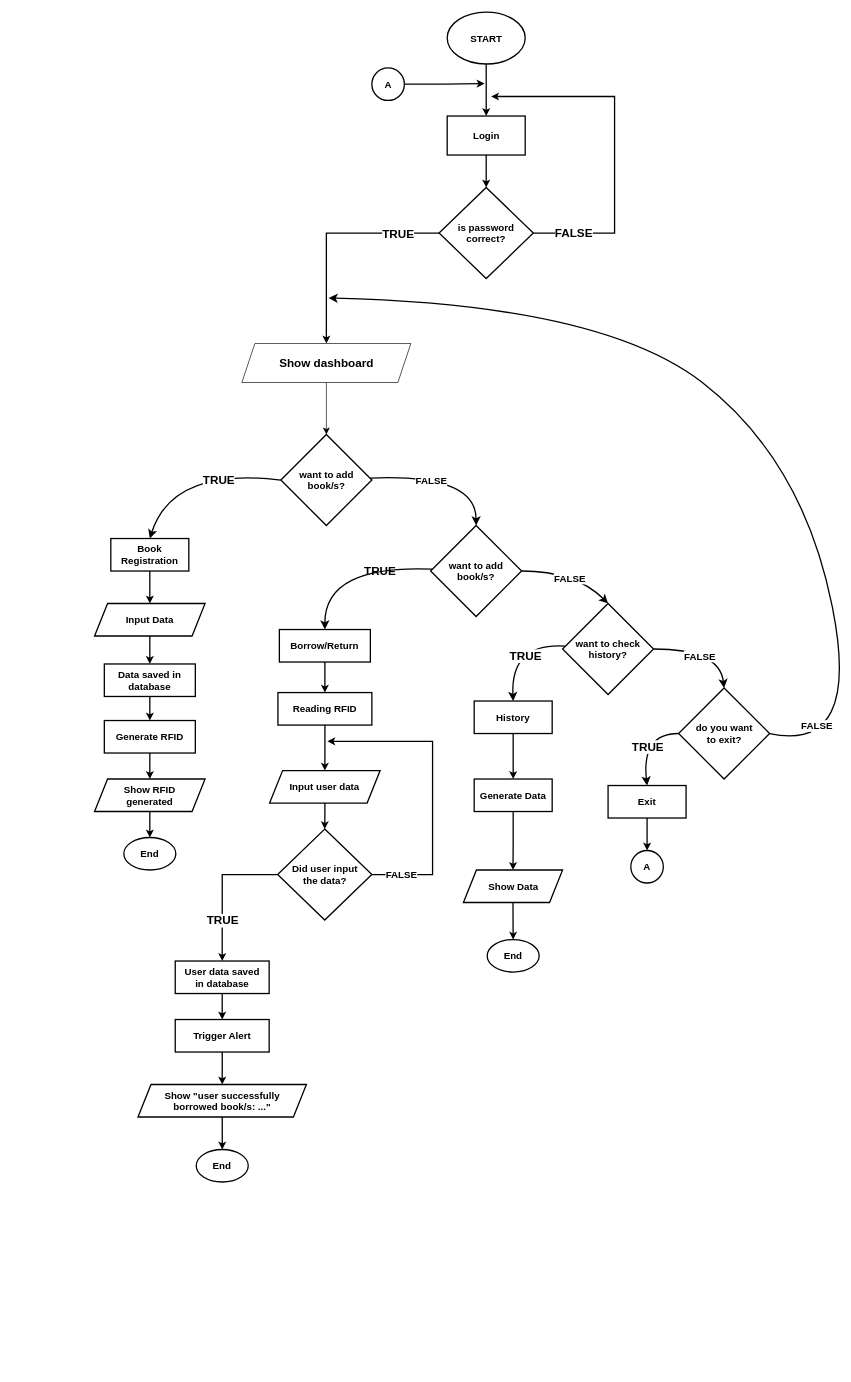
This is Flowchart.drawio from DownMan01/assignment, a draw.io file, before an edit. Source tidied: cells renumbered, new cells numbered last; positions are measured from the earlier drawing's top-left corner, leaving out a move shared by most shapes. Both pictures are drawn from the tidied source at 65%, with x=0, y=0 at pixel (94, 12).
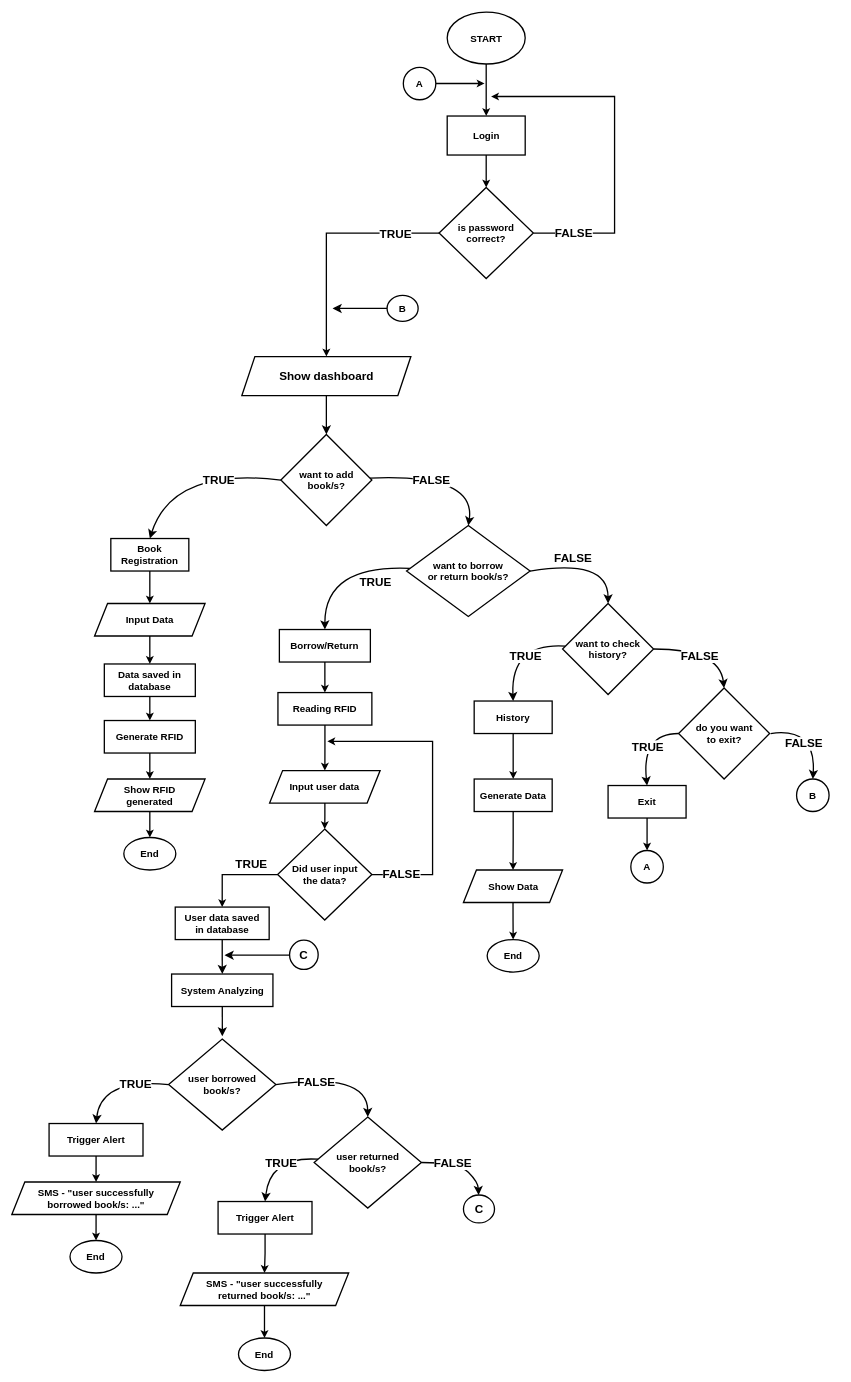
The same diagram, later.

Unchanged cells that the change refers to:
```xml
<mxCell id="42" style="edgeStyle=orthogonalEdgeStyle;rounded=0;jettySize=auto;html=1;entryX=0.5;entryY=0;entryDx=0;entryDy=0;strokeWidth=2;exitX=0;exitY=0.5;exitDx=0;exitDy=0;" parent="1" edge="1" source="46" target="41">
  <mxGeometry relative="1" as="geometry" />
</mxCell>
<mxCell id="44" style="edgeStyle=orthogonalEdgeStyle;rounded=0;jettySize=auto;html=1;exitX=1;exitY=0.5;exitDx=0;exitDy=0;strokeWidth=2;" parent="1" edge="1" source="46">
  <mxGeometry relative="1" as="geometry">
    <mxPoint x="358.1" y="1122" as="targetPoint" />
    <Array as="points">
      <mxPoint x="520" y="1327" />
      <mxPoint x="520" y="1122" />
    </Array>
  </mxGeometry>
</mxCell>
<mxCell id="54" value="want to add&lt;div style=&quot;font-size: 15px;&quot;&gt;book/s?&lt;/div&gt;" style="rhombus;whiteSpace=wrap;html=1;strokeWidth=2;fontSize=15;fontStyle=1;" parent="1" vertex="1">
  <mxGeometry x="286.6" y="650" width="140" height="140" as="geometry" />
</mxCell>
<mxCell id="62" value="want to check&lt;div style=&quot;font-size: 15px;&quot;&gt;history?&lt;/div&gt;" style="rhombus;whiteSpace=wrap;html=1;strokeWidth=2;fontSize=15;fontStyle=1;" parent="1" vertex="1">
  <mxGeometry x="720" y="910" width="140" height="140" as="geometry" />
</mxCell>
<mxCell id="65" value="do you want&lt;div style=&quot;font-size: 15px;&quot;&gt;to exit?&lt;/div&gt;" style="rhombus;whiteSpace=wrap;html=1;strokeWidth=2;fontSize=15;fontStyle=1;" parent="1" vertex="1">
  <mxGeometry x="898.5" y="1040" width="140" height="140" as="geometry" />
</mxCell>
```

Change to the diagram source:
```diff
@@
     <mxCell id="23" value="&lt;font style=&quot;font-size: 15px;&quot;&gt;A&lt;/font&gt;" style="ellipse;whiteSpace=wrap;html=1;fontSize=15;fontStyle=1;strokeWidth=2;" parent="1" vertex="1">
-      <mxGeometry x="426.6" y="86" width="50" height="50" as="geometry" />
+      <mxGeometry x="475" y="85" width="50" height="50" as="geometry" />
     </mxCell>
@@
-    <mxCell id="40" style="edgeStyle=orthogonalEdgeStyle;rounded=0;jettySize=auto;html=1;strokeWidth=2;" parent="1" edge="1" source="41" target="48">
-      <mxGeometry relative="1" as="geometry" />
-    </mxCell>
+    <mxCell id="74" style="edgeStyle=none;curved=1;rounded=0;jettySize=auto;html=1;entryX=0.5;entryY=0;entryDx=0;entryDy=0;fontSize=12;startSize=8;endSize=8;strokeWidth=2;" parent="1" edge="1" source="41" target="87">
+      <mxGeometry relative="1" as="geometry" />
+    </mxCell>
     <mxCell id="41" value="User data saved&lt;div&gt;in database&lt;/div&gt;" style="rounded=0;whiteSpace=wrap;html=1;strokeWidth=2;fontSize=15;fontStyle=1;" parent="1" vertex="1">
-      <mxGeometry x="124.1" y="1460" width="144.5" height="50" as="geometry" />
+      <mxGeometry x="124.1" y="1377" width="144.5" height="50" as="geometry" />
     </mxCell>
@@
-    <mxCell id="43" value="&lt;span style=&quot;font-size: 18px;&quot;&gt;&lt;b&gt;TRUE&lt;/b&gt;&lt;/span&gt;" style="edgeLabel;html=1;align=center;verticalAlign=middle;" parent="42" vertex="1">
+    <mxCell id="43" value="&lt;span style=&quot;font-size: 18px;&quot;&gt;&lt;span&gt;TRUE&lt;/span&gt;&lt;/span&gt;" style="edgeLabel;html=1;align=center;verticalAlign=middle;rotation=0;fontStyle=1;" parent="42" vertex="1">
       <mxGeometry x="-0.42" y="1" relative="1" as="geometry">
-        <mxPoint x="220" y="-468" as="offset" />
+        <mxPoint x="189" y="-451" as="offset" />
       </mxGeometry>
     </mxCell>
@@
-    <mxCell id="45" value="&lt;font style=&quot;font-size: 15px;&quot;&gt;FALSE&lt;/font&gt;" style="edgeLabel;html=1;align=center;verticalAlign=middle;fontStyle=1;" parent="44" vertex="1">
+    <mxCell id="45" value="&lt;font style=&quot;font-size: 18px;&quot;&gt;FALSE&lt;/font&gt;" style="edgeLabel;html=1;align=center;verticalAlign=middle;fontStyle=1;" parent="44" vertex="1">
       <mxGeometry x="-0.83" y="1" relative="1" as="geometry">
         <mxPoint x="6" y="-1" as="offset" />
       </mxGeometry>
     </mxCell>
@@
     <mxCell id="48" value="Trigger Alert" style="rounded=0;whiteSpace=wrap;html=1;strokeWidth=2;fontSize=15;fontStyle=1;" parent="1" vertex="1">
-      <mxGeometry x="124.1" y="1550" width="144.5" height="50" as="geometry" />
+      <mxGeometry x="190" y="1830" width="144.5" height="50" as="geometry" />
     </mxCell>
@@
-    <mxCell id="50" value="Show &quot;user&amp;nbsp;successfully&lt;div&gt;borrowed book/s: ...&quot;&lt;/div&gt;" style="shape=parallelogram;perimeter=parallelogramPerimeter;whiteSpace=wrap;html=1;fixedSize=1;strokeWidth=2;fontSize=15;fontStyle=1;" parent="1" vertex="1">
-      <mxGeometry x="66.8" y="1650" width="259.1" height="50" as="geometry" />
+    <mxCell id="50" value="SMS - &quot;user&amp;nbsp;successfully&lt;div&gt;returned book/s: ...&quot;&lt;/div&gt;" style="shape=parallelogram;perimeter=parallelogramPerimeter;whiteSpace=wrap;html=1;fixedSize=1;strokeWidth=2;fontSize=15;fontStyle=1;" parent="1" vertex="1">
+      <mxGeometry x="131.8" y="1940" width="259.1" height="50" as="geometry" />
     </mxCell>
     <mxCell id="51" value="&lt;span style=&quot;font-size: 15px;&quot;&gt;&lt;font style=&quot;font-size: 15px;&quot;&gt;End&lt;/font&gt;&lt;/span&gt;" style="ellipse;whiteSpace=wrap;html=1;strokeWidth=2;fontSize=15;fontStyle=1;" parent="1" vertex="1">
-      <mxGeometry x="156.4" y="1750" width="80" height="50" as="geometry" />
+      <mxGeometry x="221.4" y="2040" width="80" height="50" as="geometry" />
     </mxCell>
@@
-    <mxCell id="55" style="edgeStyle=none;curved=1;rounded=0;jettySize=auto;html=1;entryX=0.5;entryY=0;entryDx=0;entryDy=0;fontSize=12;startSize=8;endSize=8;" parent="1" edge="1" source="56" target="54">
+    <mxCell id="55" style="edgeStyle=none;curved=1;rounded=0;jettySize=auto;html=1;entryX=0.5;entryY=0;entryDx=0;entryDy=0;fontSize=12;startSize=8;endSize=8;strokeWidth=2;" parent="1" edge="1" source="56" target="54">
       <mxGeometry relative="1" as="geometry" />
     </mxCell>
-    <mxCell id="56" value="Show dashboard" style="shape=parallelogram;perimeter=parallelogramPerimeter;whiteSpace=wrap;html=1;fixedSize=1;fontSize=18;fontStyle=1;" parent="1" vertex="1">
-      <mxGeometry x="226.6" y="510" width="260" height="60" as="geometry" />
+    <mxCell id="56" value="Show dashboard" style="shape=parallelogram;perimeter=parallelogramPerimeter;whiteSpace=wrap;html=1;fixedSize=1;fontSize=18;fontStyle=1;strokeWidth=2;" parent="1" vertex="1">
+      <mxGeometry x="226.6" y="530" width="260" height="60" as="geometry" />
     </mxCell>
-    <mxCell id="57" style="edgeStyle=none;curved=1;rounded=0;jettySize=auto;html=1;entryX=0.5;entryY=0;entryDx=0;entryDy=0;fontSize=12;startSize=8;endSize=8;strokeWidth=2;" parent="1" edge="1" source="59" target="62">
+    <mxCell id="57" style="edgeStyle=none;curved=1;rounded=0;jettySize=auto;html=1;entryX=0.5;entryY=0;entryDx=0;entryDy=0;fontSize=12;startSize=8;endSize=8;strokeWidth=2;exitX=1;exitY=0.5;exitDx=0;exitDy=0;" parent="1" edge="1" source="59" target="62">
       <mxGeometry relative="1" as="geometry">
         <Array as="points">
-          <mxPoint x="740" y="860" />
+          <mxPoint x="790" y="840" />
         </Array>
       </mxGeometry>
     </mxCell>
@@
-    <mxCell id="59" value="want to add&lt;div style=&quot;font-size: 15px;&quot;&gt;book/s?&lt;/div&gt;" style="rhombus;whiteSpace=wrap;html=1;strokeWidth=2;fontSize=15;fontStyle=1;" parent="1" vertex="1">
-      <mxGeometry x="517" y="790" width="140" height="140" as="geometry" />
+    <mxCell id="59" value="want to borrow or&amp;nbsp;&lt;span style=&quot;background-color: initial;&quot;&gt;return&amp;nbsp;&lt;/span&gt;&lt;span style=&quot;background-color: initial;&quot;&gt;book/s?&lt;/span&gt;" style="rhombus;whiteSpace=wrap;html=1;strokeWidth=2;fontSize=15;fontStyle=1;" parent="1" vertex="1">
+      <mxGeometry x="480" y="790" width="190" height="140" as="geometry" />
     </mxCell>
@@
-    <mxCell id="64" style="edgeStyle=none;curved=1;rounded=0;jettySize=auto;html=1;fontSize=12;startSize=8;endSize=8;exitX=1;exitY=0.5;exitDx=0;exitDy=0;strokeWidth=2;" parent="1" edge="1" source="65">
-      <mxGeometry relative="1" as="geometry">
-        <mxPoint x="360" y="440" as="targetPoint" />
-        <Array as="points">
-          <mxPoint x="1180" y="1140" />
-          <mxPoint x="1090" y="690" />
-          <mxPoint x="780" y="450" />
-        </Array>
-      </mxGeometry>
-    </mxCell>
+    <mxCell id="75" style="edgeStyle=none;curved=1;rounded=0;jettySize=auto;html=1;entryX=0.5;entryY=0;entryDx=0;entryDy=0;fontSize=12;startSize=8;endSize=8;strokeWidth=2;" parent="1" edge="1" target="92">
+      <mxGeometry relative="1" as="geometry">
+        <mxPoint x="1040" y="1110" as="sourcePoint" />
+        <Array as="points">
+          <mxPoint x="1110" y="1100" />
+        </Array>
+      </mxGeometry>
+    </mxCell>
@@
-    <mxCell id="66" value="&lt;font style=&quot;font-size: 15px;&quot;&gt;FALSE&lt;/font&gt;" style="edgeLabel;html=1;align=center;verticalAlign=middle;fontStyle=1;" parent="1" vertex="1">
-      <mxGeometry x="730" y="870" as="geometry" />
+    <mxCell id="66" value="&lt;font style=&quot;font-size: 18px;&quot;&gt;FALSE&lt;/font&gt;" style="edgeLabel;html=1;align=center;verticalAlign=middle;fontStyle=1;" parent="1" vertex="1">
+      <mxGeometry x="735" y="840" as="geometry" />
     </mxCell>
-    <mxCell id="67" value="&lt;font style=&quot;font-size: 15px;&quot;&gt;FALSE&lt;/font&gt;" style="edgeLabel;html=1;align=center;verticalAlign=middle;fontStyle=1;" parent="1" vertex="1">
+    <mxCell id="67" value="&lt;font style=&quot;font-size: 18px;&quot;&gt;FALSE&lt;/font&gt;" style="edgeLabel;html=1;align=center;verticalAlign=middle;fontStyle=1;" parent="1" vertex="1">
       <mxGeometry x="930" y="990" as="geometry" />
     </mxCell>
-    <mxCell id="68" value="&lt;font style=&quot;font-size: 15px;&quot;&gt;FALSE&lt;/font&gt;" style="edgeLabel;html=1;align=center;verticalAlign=middle;fontStyle=1;" parent="1" vertex="1">
-      <mxGeometry x="1110" y="1097" as="geometry" />
+    <mxCell id="68" value="&lt;font style=&quot;font-size: 18px;&quot;&gt;FALSE&lt;/font&gt;" style="edgeLabel;html=1;align=center;verticalAlign=middle;fontStyle=1;" parent="1" vertex="1">
+      <mxGeometry x="1090" y="1125" as="geometry" />
     </mxCell>
-    <mxCell id="69" value="&lt;font style=&quot;font-size: 15px;&quot;&gt;FALSE&lt;/font&gt;" style="edgeLabel;html=1;align=center;verticalAlign=middle;fontStyle=1;" parent="1" vertex="1">
+    <mxCell id="69" value="&lt;font style=&quot;font-size: 18px;&quot;&gt;FALSE&lt;/font&gt;" style="edgeLabel;html=1;align=center;verticalAlign=middle;fontStyle=1;" parent="1" vertex="1">
       <mxGeometry x="517" y="720" as="geometry" />
     </mxCell>
@@
     <mxCell id="71" value="&lt;span style=&quot;font-size: 18px;&quot;&gt;&lt;b&gt;TRUE&lt;/b&gt;&lt;/span&gt;" style="edgeLabel;html=1;align=center;verticalAlign=middle;" parent="1" vertex="1">
-      <mxGeometry x="196.4" y="1397" as="geometry" />
+      <mxGeometry x="240" y="1310" as="geometry" />
     </mxCell>
@@
+    <mxCell id="76" style="edgeStyle=orthogonalEdgeStyle;rounded=0;jettySize=auto;html=1;entryX=0.5;entryY=0;entryDx=0;entryDy=0;strokeWidth=2;" parent="1" edge="1" source="77" target="79">
+      <mxGeometry relative="1" as="geometry" />
+    </mxCell>
+    <mxCell id="77" value="Trigger Alert" style="rounded=0;whiteSpace=wrap;html=1;strokeWidth=2;fontSize=15;fontStyle=1;" parent="1" vertex="1">
+      <mxGeometry x="-70" y="1710" width="144.5" height="50" as="geometry" />
+    </mxCell>
+    <mxCell id="78" style="edgeStyle=orthogonalEdgeStyle;rounded=0;jettySize=auto;html=1;entryX=0.5;entryY=0;entryDx=0;entryDy=0;strokeWidth=2;" parent="1" edge="1" source="79" target="80">
+      <mxGeometry relative="1" as="geometry" />
+    </mxCell>
+    <mxCell id="79" value="SMS -&amp;nbsp;&quot;user&amp;nbsp;successfully&lt;div&gt;borrowed book/s: ...&quot;&lt;/div&gt;" style="shape=parallelogram;perimeter=parallelogramPerimeter;whiteSpace=wrap;html=1;fixedSize=1;strokeWidth=2;fontSize=15;fontStyle=1;" parent="1" vertex="1">
+      <mxGeometry x="-127.3" y="1800" width="259.1" height="50" as="geometry" />
+    </mxCell>
+    <mxCell id="80" value="&lt;span style=&quot;font-size: 15px;&quot;&gt;&lt;font style=&quot;font-size: 15px;&quot;&gt;End&lt;/font&gt;&lt;/span&gt;" style="ellipse;whiteSpace=wrap;html=1;strokeWidth=2;fontSize=15;fontStyle=1;" parent="1" vertex="1">
+      <mxGeometry x="-37.8" y="1890" width="80" height="50" as="geometry" />
+    </mxCell>
+    <mxCell id="81" style="edgeStyle=none;curved=1;rounded=0;jettySize=auto;html=1;exitX=1;exitY=0.5;exitDx=0;exitDy=0;entryX=0.5;entryY=0;entryDx=0;entryDy=0;fontSize=12;startSize=8;endSize=8;strokeWidth=2;" parent="1" edge="1" source="83" target="86">
+      <mxGeometry relative="1" as="geometry">
+        <Array as="points">
+          <mxPoint x="420" y="1630" />
+        </Array>
+      </mxGeometry>
+    </mxCell>
+    <mxCell id="82" style="edgeStyle=none;curved=1;rounded=0;jettySize=auto;html=1;entryX=0.5;entryY=0;entryDx=0;entryDy=0;fontSize=12;startSize=8;endSize=8;exitX=0;exitY=0.5;exitDx=0;exitDy=0;strokeWidth=2;" parent="1" edge="1" source="83" target="77">
+      <mxGeometry relative="1" as="geometry">
+        <Array as="points">
+          <mxPoint x="10" y="1640" />
+        </Array>
+      </mxGeometry>
+    </mxCell>
+    <mxCell id="83" value="user borrowed&lt;div&gt;book/s?&lt;/div&gt;" style="rhombus;whiteSpace=wrap;html=1;strokeWidth=2;fontSize=15;fontStyle=1;" parent="1" vertex="1">
+      <mxGeometry x="113.9" y="1580" width="165" height="140" as="geometry" />
+    </mxCell>
+    <mxCell id="84" style="edgeStyle=none;curved=1;rounded=0;jettySize=auto;html=1;entryX=0.5;entryY=0;entryDx=0;entryDy=0;fontSize=12;startSize=8;endSize=8;strokeWidth=2;" parent="1" edge="1" source="86" target="48">
+      <mxGeometry relative="1" as="geometry">
+        <Array as="points">
+          <mxPoint x="270" y="1760" />
+        </Array>
+      </mxGeometry>
+    </mxCell>
+    <mxCell id="85" style="edgeStyle=none;curved=1;rounded=0;jettySize=auto;html=1;fontSize=12;startSize=8;endSize=8;strokeWidth=2;" parent="1" edge="1" source="86" target="89">
+      <mxGeometry relative="1" as="geometry">
+        <Array as="points">
+          <mxPoint x="560" y="1770" />
+          <mxPoint x="590" y="1800" />
+        </Array>
+      </mxGeometry>
+    </mxCell>
+    <mxCell id="86" value="user returned&lt;div&gt;book/s?&lt;/div&gt;" style="rhombus;whiteSpace=wrap;html=1;strokeWidth=2;fontSize=15;fontStyle=1;" parent="1" vertex="1">
+      <mxGeometry x="337.8" y="1700" width="165" height="140" as="geometry" />
+    </mxCell>
+    <mxCell id="87" value="System Analyzing" style="rounded=0;whiteSpace=wrap;html=1;strokeWidth=2;fontSize=15;fontStyle=1;" parent="1" vertex="1">
+      <mxGeometry x="118.5" y="1480" width="155.9" height="50" as="geometry" />
+    </mxCell>
+    <mxCell id="88" style="edgeStyle=none;curved=1;rounded=0;jettySize=auto;html=1;entryX=0.501;entryY=-0.03;entryDx=0;entryDy=0;entryPerimeter=0;fontSize=12;startSize=8;endSize=8;strokeWidth=2;" parent="1" edge="1" source="87" target="83">
+      <mxGeometry relative="1" as="geometry" />
+    </mxCell>
+    <mxCell id="89" value="C" style="ellipse;whiteSpace=wrap;html=1;fontSize=18;strokeWidth=2;fontStyle=1;" parent="1" vertex="1">
+      <mxGeometry x="567.5" y="1820" width="47.8" height="43" as="geometry" />
+    </mxCell>
+    <mxCell id="90" value="C" style="ellipse;whiteSpace=wrap;html=1;fontSize=18;strokeWidth=2;fontStyle=1;" parent="1" vertex="1">
+      <mxGeometry x="300" y="1428" width="44" height="45" as="geometry" />
+    </mxCell>
+    <mxCell id="91" style="endArrow=classic;html=1;rounded=0;fontSize=12;startSize=8;endSize=8;curved=1;strokeWidth=2;" parent="1" edge="1">
+      <mxGeometry relative="1" as="geometry">
+        <mxPoint x="300" y="1451" as="sourcePoint" />
+        <mxPoint x="200" y="1451" as="targetPoint" />
+      </mxGeometry>
+    </mxCell>
+    <mxCell id="92" value="&lt;font style=&quot;font-size: 15px;&quot;&gt;B&lt;/font&gt;" style="ellipse;whiteSpace=wrap;html=1;fontSize=15;fontStyle=1;strokeWidth=2;" parent="1" vertex="1">
+      <mxGeometry x="1080" y="1180" width="50" height="50" as="geometry" />
+    </mxCell>
+    <mxCell id="93" value="B" style="ellipse;whiteSpace=wrap;html=1;fontSize=15;strokeWidth=2;fontStyle=1;" parent="1" vertex="1">
+      <mxGeometry x="450" y="436" width="47.8" height="40" as="geometry" />
+    </mxCell>
+    <mxCell id="94" style="endArrow=classic;html=1;rounded=0;fontSize=12;startSize=8;endSize=8;curved=1;strokeWidth=2;" parent="1" edge="1">
+      <mxGeometry relative="1" as="geometry">
+        <mxPoint x="450" y="456" as="sourcePoint" />
+        <mxPoint x="366.2" y="456" as="targetPoint" />
+      </mxGeometry>
+    </mxCell>
+    <mxCell id="95" value="&lt;font style=&quot;font-size: 18px;&quot;&gt;FALSE&lt;/font&gt;" style="edgeLabel;html=1;align=center;verticalAlign=middle;fontStyle=1;" parent="1" vertex="1">
+      <mxGeometry x="340" y="1645" as="geometry" />
+    </mxCell>
+    <mxCell id="96" value="&lt;font style=&quot;font-size: 18px;&quot;&gt;TRUE&lt;/font&gt;" style="edgeLabel;html=1;align=center;verticalAlign=middle;fontStyle=1;" parent="1" vertex="1">
+      <mxGeometry x="62" y="1649" as="geometry" />
+    </mxCell>
+    <mxCell id="97" value="&lt;font style=&quot;font-size: 18px;&quot;&gt;FALSE&lt;/font&gt;" style="edgeLabel;html=1;align=center;verticalAlign=middle;fontStyle=1;" parent="1" vertex="1">
+      <mxGeometry x="550" y="1770" as="geometry" />
+    </mxCell>
+    <mxCell id="98" value="&lt;font style=&quot;font-size: 18px;&quot;&gt;TRUE&lt;/font&gt;" style="edgeLabel;html=1;align=center;verticalAlign=middle;fontStyle=1;" parent="1" vertex="1">
+      <mxGeometry x="286.6" y="1770" as="geometry" />
+    </mxCell>
```
